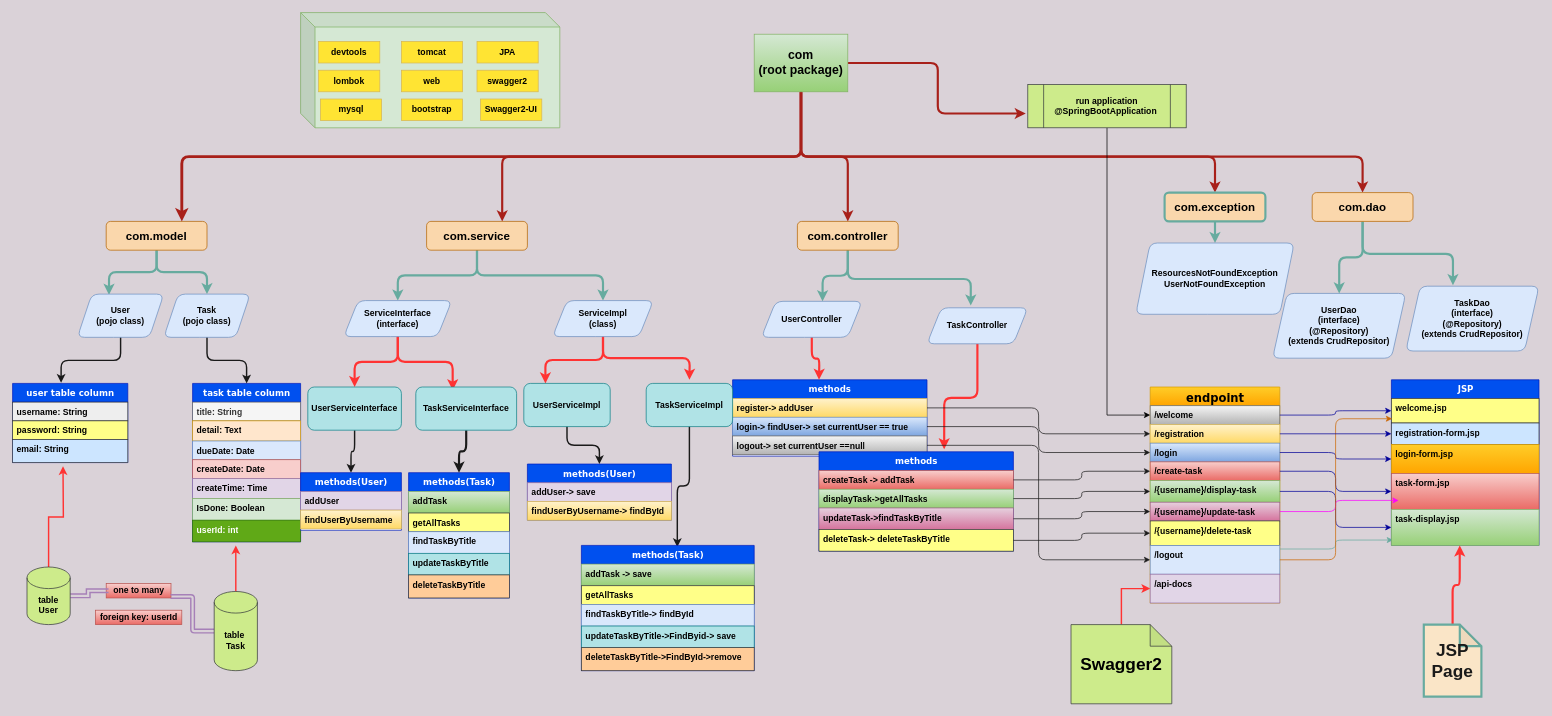
The draw.io diagram Untitled Diagram.drawio in chefvivica/all-charts-repo, before the edit. Source tidied: cells renumbered, new cells numbered last; positions are measured from the earlier drawing's top-left corner, leaving out a move shared by most shapes. Both pictures are drawn from the tidied source at 72%, with x=0, y=0 at pixel (12, 12).
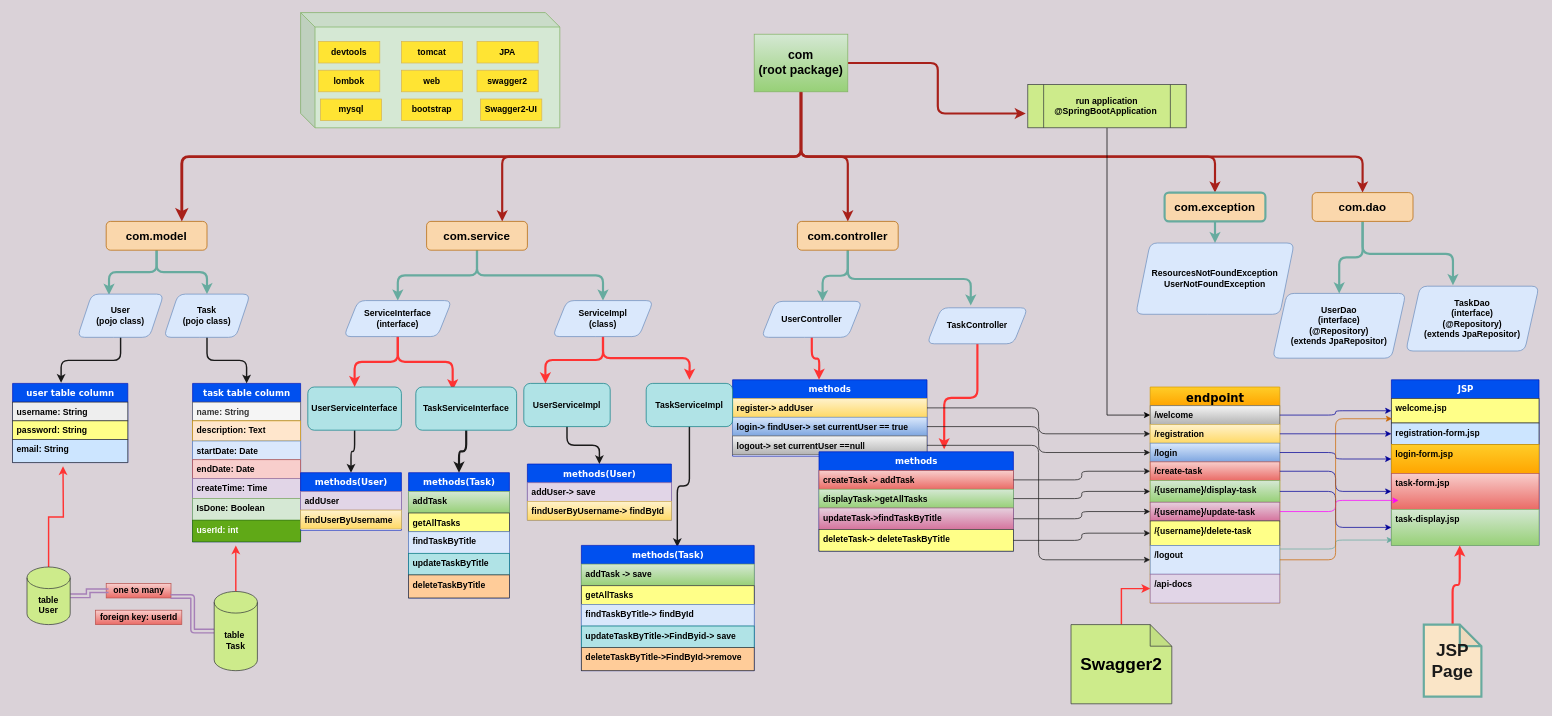
Above is the later version.

Unchanged cells that the change refers to:
```xml
<mxCell id="17" value="task table column" style="swimlane;html=1;fontStyle=1;align=center;verticalAlign=top;horizontal=1;startSize=26;swimlaneFillColor=#ffffff;rounded=0;shadow=0;comic=0;labelBackgroundColor=none;strokeWidth=1;fillColor=#0050ef;fontFamily=Verdana;fontSize=12;strokeColor=#001DBC;fontColor=#ffffff;" parent="1" vertex="1">
  <mxGeometry x="250" y="515" width="150" height="220" as="geometry" />
</mxCell>
```

Diff of the diagram source:
```diff
@@
-    <mxCell id="18" value="title: String" style="text;html=1;strokeColor=#666666;fillColor=#f5f5f5;align=left;verticalAlign=top;spacingLeft=4;spacingRight=4;whiteSpace=wrap;overflow=hidden;fontColor=#333333;fontStyle=1;" parent="17" vertex="1">
+    <mxCell id="18" value="name: String" style="text;html=1;strokeColor=#666666;fillColor=#f5f5f5;align=left;verticalAlign=top;spacingLeft=4;spacingRight=4;whiteSpace=wrap;overflow=hidden;fontColor=#333333;fontStyle=1;" parent="17" vertex="1">
       <mxGeometry y="26" width="150" height="26" as="geometry" />
     </mxCell>
-    <mxCell id="19" value="detail: Text" style="text;html=1;strokeColor=#d79b00;fillColor=#ffe6cc;align=left;verticalAlign=top;spacingLeft=4;spacingRight=4;whiteSpace=wrap;overflow=hidden;fontStyle=1;" parent="17" vertex="1">
+    <mxCell id="19" value="description: Text" style="text;html=1;strokeColor=#d79b00;fillColor=#ffe6cc;align=left;verticalAlign=top;spacingLeft=4;spacingRight=4;whiteSpace=wrap;overflow=hidden;fontStyle=1;" parent="17" vertex="1">
       <mxGeometry y="52" width="150" height="28" as="geometry" />
     </mxCell>
-    <mxCell id="20" value="dueDate: Date" style="text;html=1;strokeColor=#6c8ebf;fillColor=#dae8fc;align=left;verticalAlign=top;spacingLeft=4;spacingRight=4;whiteSpace=wrap;overflow=hidden;fontStyle=1;" parent="17" vertex="1">
+    <mxCell id="20" value="startDate: Date" style="text;html=1;strokeColor=#6c8ebf;fillColor=#dae8fc;align=left;verticalAlign=top;spacingLeft=4;spacingRight=4;whiteSpace=wrap;overflow=hidden;fontStyle=1;" parent="17" vertex="1">
       <mxGeometry y="80" width="150" height="26" as="geometry" />
     </mxCell>
-    <mxCell id="21" value="createDate: Date" style="text;html=1;strokeColor=#b85450;fillColor=#f8cecc;align=left;verticalAlign=top;spacingLeft=4;spacingRight=4;whiteSpace=wrap;overflow=hidden;fontStyle=1;" parent="17" vertex="1">
+    <mxCell id="21" value="endDate: Date" style="text;html=1;strokeColor=#b85450;fillColor=#f8cecc;align=left;verticalAlign=top;spacingLeft=4;spacingRight=4;whiteSpace=wrap;overflow=hidden;fontStyle=1;" parent="17" vertex="1">
       <mxGeometry y="106" width="150" height="26" as="geometry" />
     </mxCell>
@@
-    <mxCell id="35" value="&lt;span&gt;UserDao&lt;br&gt;(interface)&lt;br&gt;&lt;/span&gt;&lt;span&gt;(@Repository)&lt;/span&gt;&lt;br&gt;&lt;span&gt;(&lt;/span&gt;&lt;span&gt;&lt;span&gt;extends CrudRepositor)&lt;/span&gt;&lt;/span&gt;" style="shape=parallelogram;perimeter=parallelogramPerimeter;whiteSpace=wrap;html=1;fixedSize=1;rounded=1;strokeColor=#6c8ebf;fillColor=#dae8fc;sketch=0;fontStyle=1;" parent="1" vertex="1">
+    <mxCell id="35" value="&lt;span&gt;UserDao&lt;br&gt;(interface)&lt;br&gt;&lt;/span&gt;&lt;span&gt;(@Repository)&lt;/span&gt;&lt;br&gt;&lt;span&gt;(&lt;/span&gt;&lt;span&gt;&lt;span&gt;extends JpaRepositor)&lt;/span&gt;&lt;/span&gt;" style="shape=parallelogram;perimeter=parallelogramPerimeter;whiteSpace=wrap;html=1;fixedSize=1;rounded=1;strokeColor=#6c8ebf;fillColor=#dae8fc;sketch=0;fontStyle=1;" parent="1" vertex="1">
       <mxGeometry x="1750" y="390" width="185" height="90" as="geometry" />
     </mxCell>
@@
-    <mxCell id="78" value="&lt;span&gt;TaskDao&lt;br&gt;(interface)&lt;br&gt;&lt;/span&gt;&lt;span&gt;(@Repository)&lt;/span&gt;&lt;br&gt;&lt;span&gt;(&lt;/span&gt;&lt;span&gt;&lt;span&gt;extends CrudRepositor)&lt;/span&gt;&lt;/span&gt;" style="shape=parallelogram;perimeter=parallelogramPerimeter;whiteSpace=wrap;html=1;fixedSize=1;rounded=1;strokeColor=#6c8ebf;fillColor=#dae8fc;sketch=0;fontStyle=1;" parent="1" vertex="1">
+    <mxCell id="78" value="&lt;span&gt;TaskDao&lt;br&gt;(interface)&lt;br&gt;&lt;/span&gt;&lt;span&gt;(@Repository)&lt;/span&gt;&lt;br&gt;&lt;span&gt;(&lt;/span&gt;&lt;span&gt;&lt;span&gt;extends JpaRepositor)&lt;/span&gt;&lt;/span&gt;" style="shape=parallelogram;perimeter=parallelogramPerimeter;whiteSpace=wrap;html=1;fixedSize=1;rounded=1;strokeColor=#6c8ebf;fillColor=#dae8fc;sketch=0;fontStyle=1;" parent="1" vertex="1">
       <mxGeometry x="1935" y="380" width="185" height="90" as="geometry" />
     </mxCell>
```
